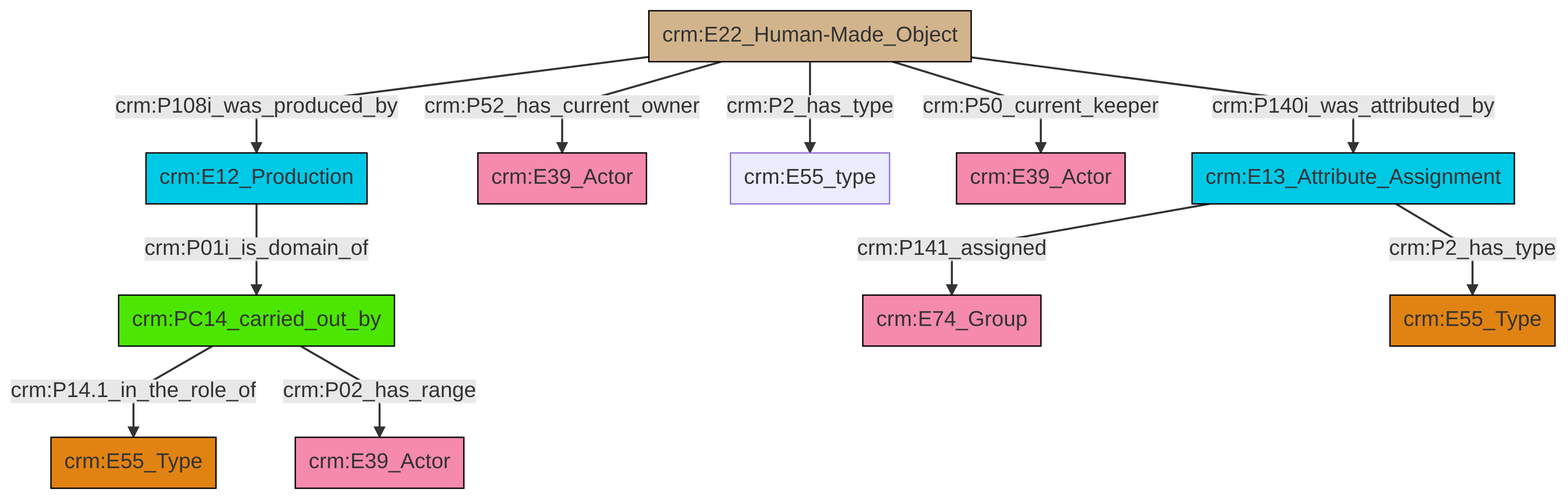
The Mermaid diagram et/artworkCSV/ttl/mmd/png/Artwork_Actor_Relations.png in swiss-art-research-net/reference-data-models, before a commit. Its source is kept beside it as et/artworkCSV/ttl/mmd/Artwork_Actor_Relations.ttl.mmd.
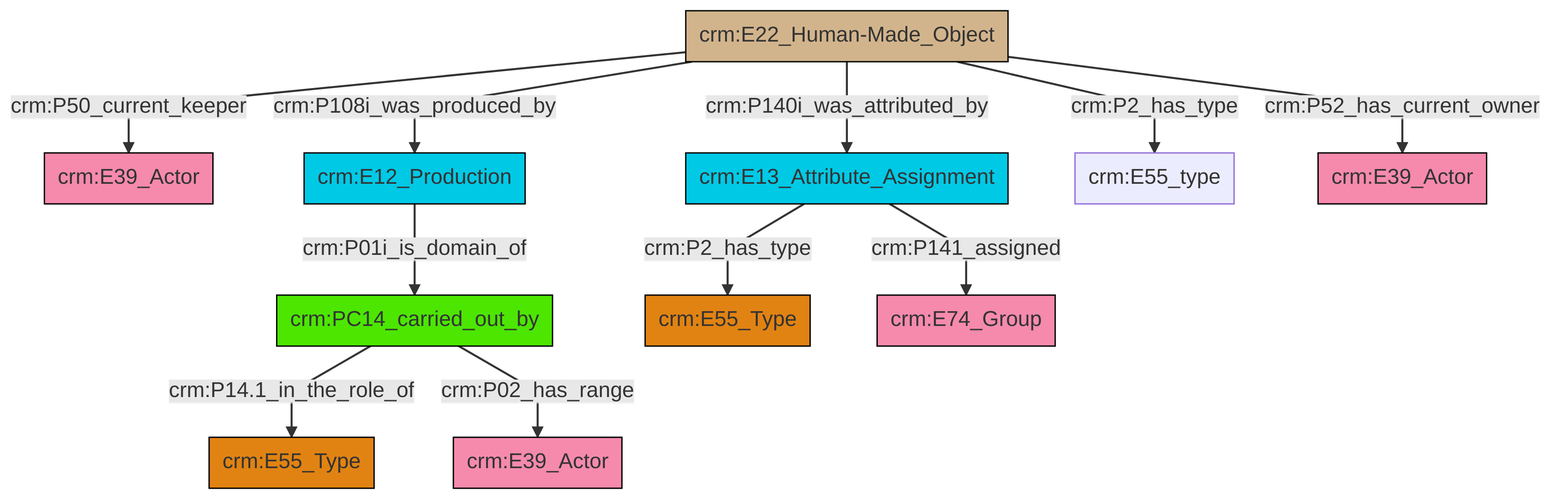
After the commit.

What changed in the source:
```diff
@@ -13,13 +13,13 @@
 classDef PC_Classes fill:#4ce600, stroke:#000000;
 classDef Multi fill:#cccccc,stroke:#000000;
 
-6["crm:E22_Human-Made_Object"]:::Physical_Thing -->|crm:P108i_was_produced_by| 7["crm:E12_Production"]:::Temporal_Entity
-6["crm:E22_Human-Made_Object"]:::Physical_Thing -->|crm:P52_has_current_owner| 2["crm:E39_Actor"]:::Actor
-10["crm:PC14_carried_out_by"]:::PC_Classes -->|crm:P14.1_in_the_role_of| 11["crm:E55_Type"]:::Type
-6["crm:E22_Human-Made_Object"]:::Physical_Thing -->|crm:P2_has_type| 0["crm:E55_type"]:::Default
-17["crm:E13_Attribute_Assignment"]:::Temporal_Entity -->|crm:P141_assigned| 4["crm:E74_Group"]:::Actor
-17["crm:E13_Attribute_Assignment"]:::Temporal_Entity -->|crm:P2_has_type| 13["crm:E55_Type"]:::Type
-6["crm:E22_Human-Made_Object"]:::Physical_Thing -->|crm:P50_current_keeper| 15["crm:E39_Actor"]:::Actor
-6["crm:E22_Human-Made_Object"]:::Physical_Thing -->|crm:P140i_was_attributed_by| 17["crm:E13_Attribute_Assignment"]:::Temporal_Entity
-7["crm:E12_Production"]:::Temporal_Entity -->|crm:P01i_is_domain_of| 10["crm:PC14_carried_out_by"]:::PC_Classes
-10["crm:PC14_carried_out_by"]:::PC_Classes -->|crm:P02_has_range| 8["crm:E39_Actor"]:::Actor
+0["crm:E22_Human-Made_Object"]:::Physical_Thing -->|crm:P50_current_keeper| 1["crm:E39_Actor"]:::Actor
+3["crm:E12_Production"]:::Temporal_Entity -->|crm:P01i_is_domain_of| 5["crm:PC14_carried_out_by"]:::PC_Classes
+6["crm:E13_Attribute_Assignment"]:::Temporal_Entity -->|crm:P2_has_type| 7["crm:E55_Type"]:::Type
+5["crm:PC14_carried_out_by"]:::PC_Classes -->|crm:P14.1_in_the_role_of| 9["crm:E55_Type"]:::Type
+5["crm:PC14_carried_out_by"]:::PC_Classes -->|crm:P02_has_range| 13["crm:E39_Actor"]:::Actor
+0["crm:E22_Human-Made_Object"]:::Physical_Thing -->|crm:P2_has_type| 10["crm:E55_type"]:::Default
+0["crm:E22_Human-Made_Object"]:::Physical_Thing -->|crm:P140i_was_attributed_by| 6["crm:E13_Attribute_Assignment"]:::Temporal_Entity
+6["crm:E13_Attribute_Assignment"]:::Temporal_Entity -->|crm:P141_assigned| 18["crm:E74_Group"]:::Actor
+0["crm:E22_Human-Made_Object"]:::Physical_Thing -->|crm:P52_has_current_owner| 15["crm:E39_Actor"]:::Actor
+0["crm:E22_Human-Made_Object"]:::Physical_Thing -->|crm:P108i_was_produced_by| 3["crm:E12_Production"]:::Temporal_Entity
```
